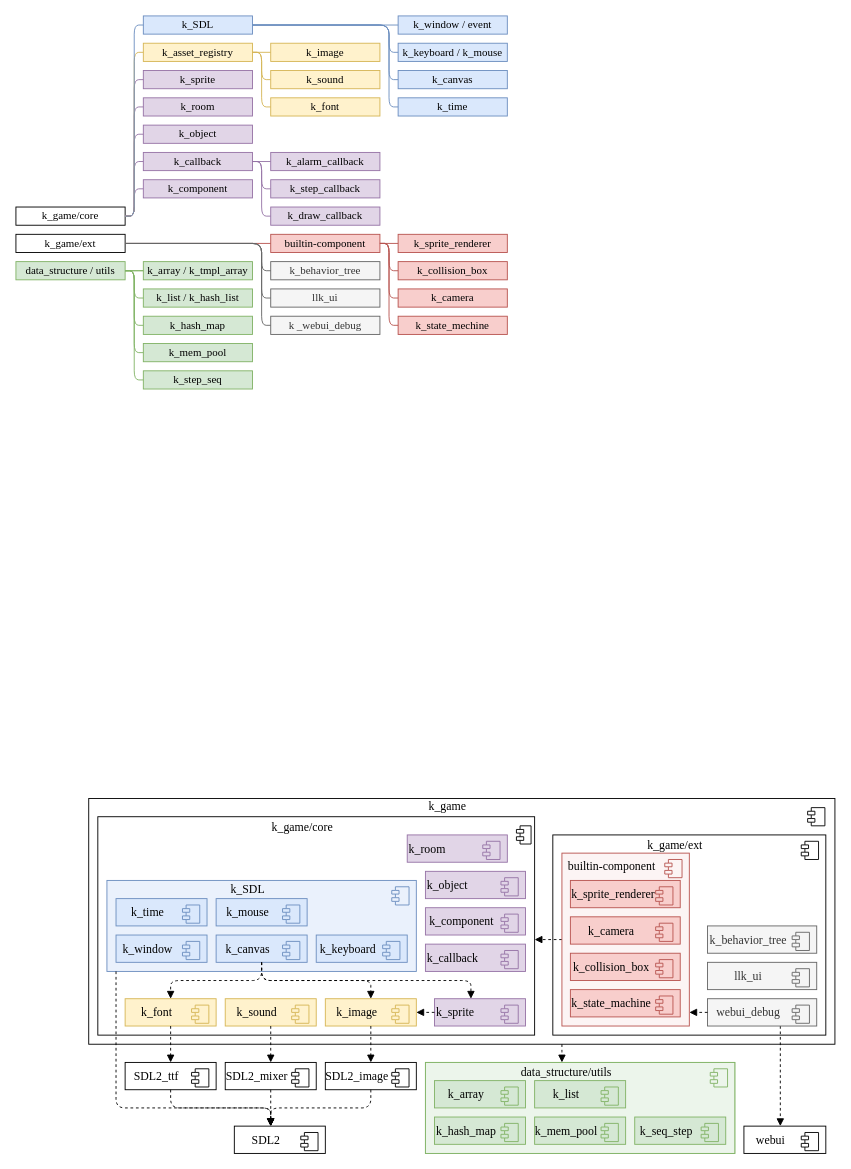
Earlier version of the draw.io diagram page "模块，思维导图" (2 of 19) of k_game/docs/drawio/k_game.drawio (szdxdxdx/k_game). Source tidied: cells renumbered, new cells numbered last; positions are measured from the earlier drawing's top-left corner, leaving out a move shared by most shapes. Both pictures are drawn from the tidied source at 91%, with x=0, y=0 at pixel (15, 15).
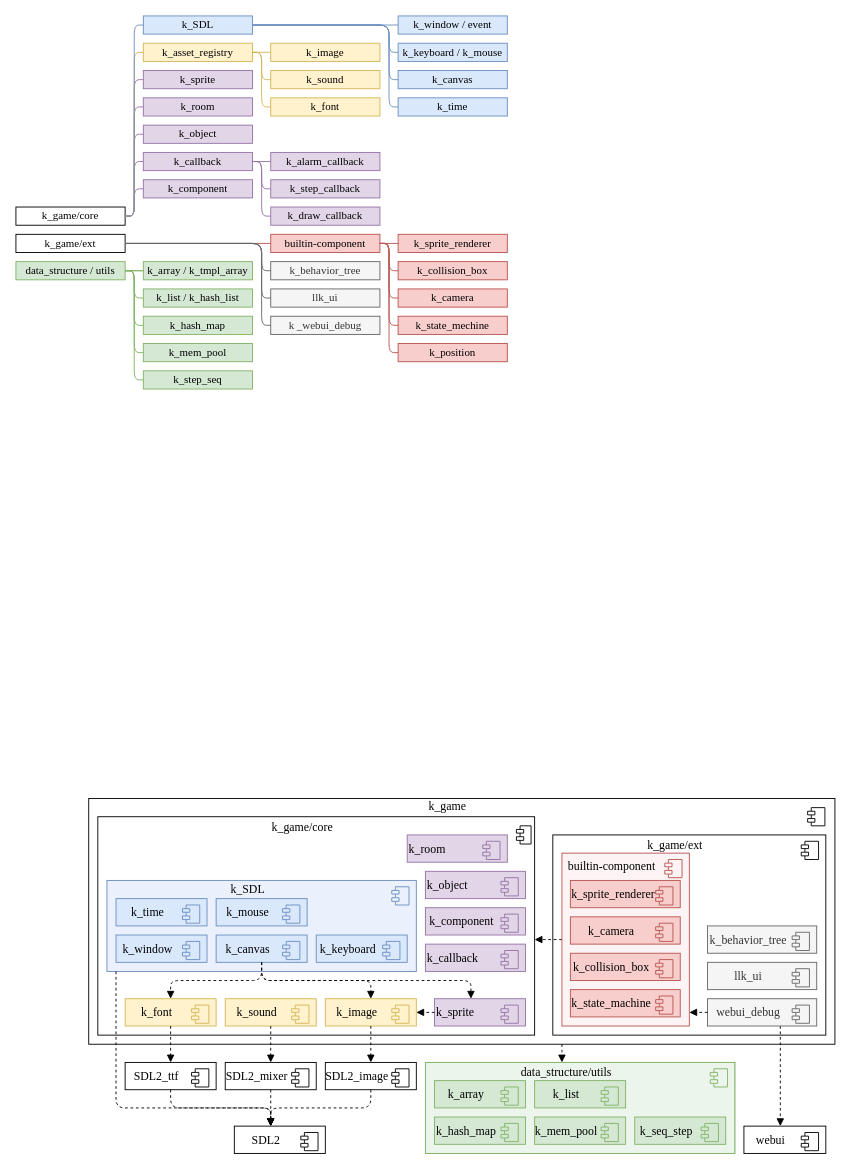
After the change.

Unchanged cells that the change refers to:
```xml
<mxCell id="48" value="builtin-component" style="rounded=0;whiteSpace=wrap;html=1;fontFamily=Times New Roman;fillColor=#f8cecc;strokeColor=#b85450;" parent="1" vertex="1">
  <mxGeometry x="280" y="240" width="120" height="20" as="geometry" />
</mxCell>
```

Diff of the diagram source:
```diff
@@
+    <mxCell id="156" value="k_position" style="rounded=0;whiteSpace=wrap;html=1;fontFamily=Times New Roman;fillColor=#f8cecc;strokeColor=#b85450;" parent="1" vertex="1">
+      <mxGeometry x="420" y="360" width="120" height="20" as="geometry" />
+    </mxCell>
+    <mxCell id="157" style="endArrow=none;html=1;rounded=1;edgeStyle=orthogonalEdgeStyle;fillColor=#f8cecc;strokeColor=#b85450;" parent="1" edge="1" source="48" target="156">
+      <mxGeometry relative="1" as="geometry">
+        <Array as="points">
+          <mxPoint x="410" y="250" />
+          <mxPoint x="410" y="370" />
+        </Array>
+      </mxGeometry>
+    </mxCell>
```
